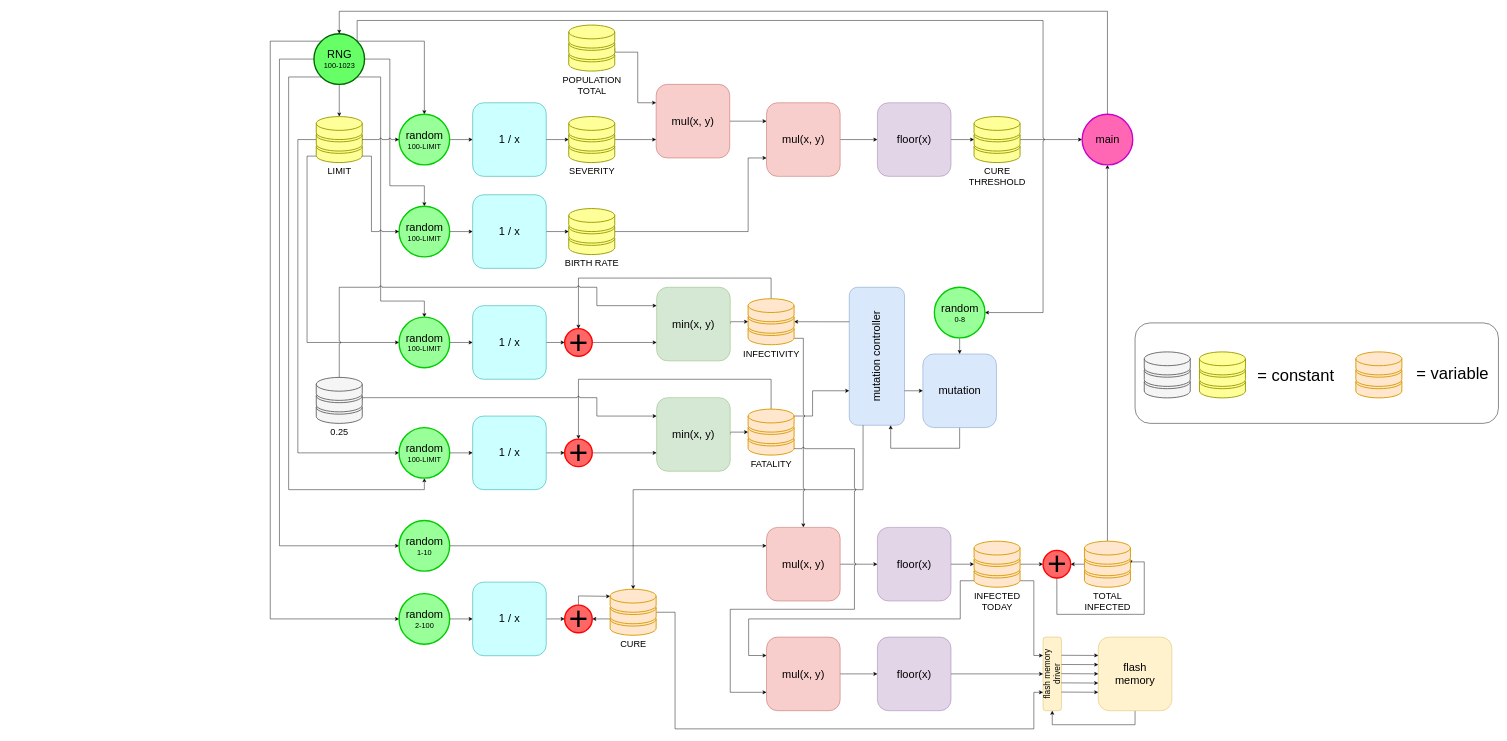
Above: docs/diagrams/data_flow.drawio in ribbas/epidemic-sim (draw.io), before the change. Source tidied: cells renumbered, new cells numbered last; positions are measured from the earlier drawing's top-left corner, leaving out a move shared by most shapes. Both pictures are drawn from the tidied source at 46%, with x=0, y=0 at pixel (270, 11).
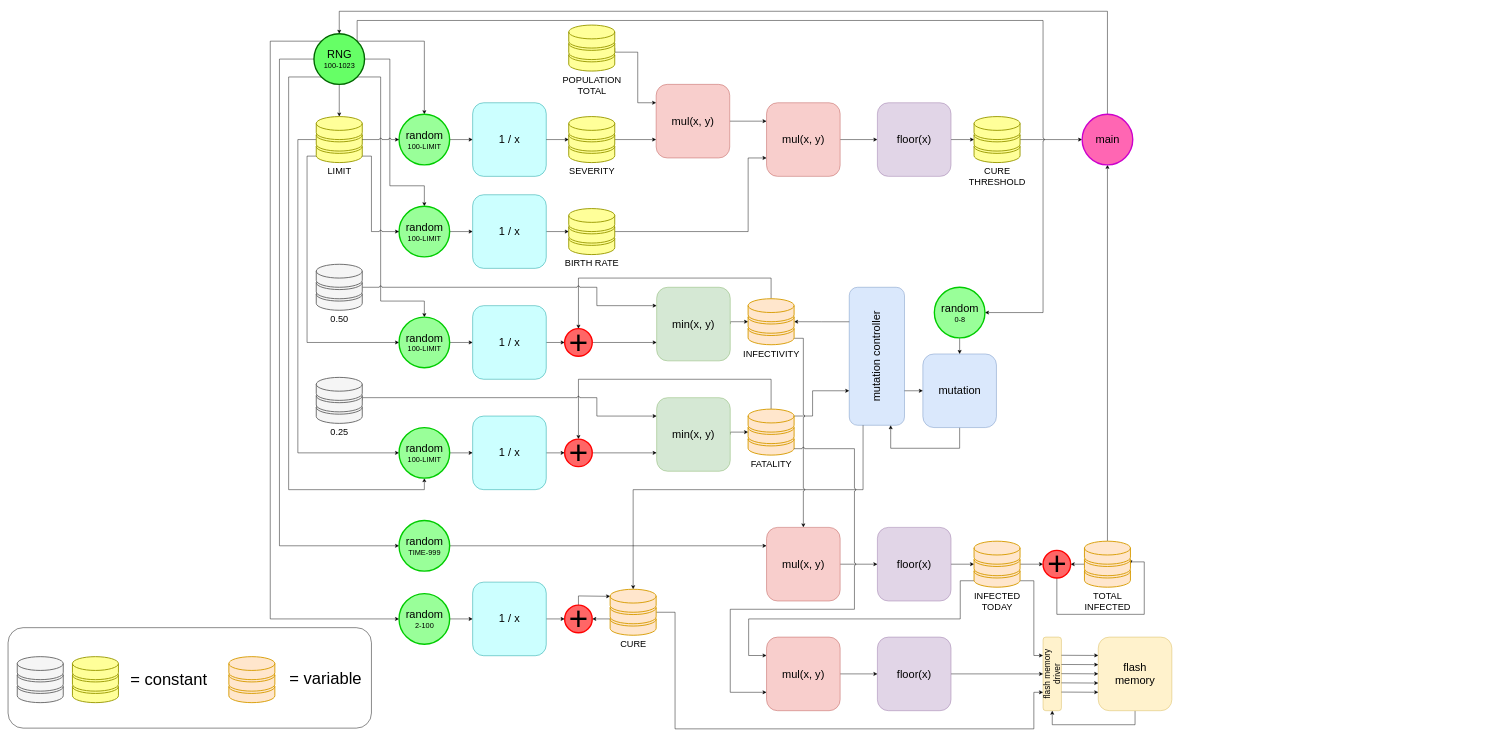
After the change.

Commit message (it also covers changes not shown here):
update module and data flow diagrams

The change refers to these unchanged cells:
```xml
<mxCell id="10" value="&lt;font style=&quot;font-size: 24px&quot;&gt;min(x, y)&lt;/font&gt;" style="rounded=1;whiteSpace=wrap;html=1;fillColor=#d5e8d4;strokeColor=#82b366;" parent="1" vertex="1">
  <mxGeometry x="840" y="600" width="160" height="160" as="geometry" />
</mxCell>
<mxCell id="82" value="&lt;font color=&quot;#000000&quot; style=&quot;font-size: 20px&quot;&gt;0.25&lt;/font&gt;" style="fontColor=#333333;verticalAlign=top;verticalLabelPosition=bottom;labelPosition=center;align=center;html=1;outlineConnect=0;fillColor=#f5f5f5;strokeColor=#666666;gradientDirection=north;strokeWidth=2;shape=mxgraph.networks.storage;shadow=0;" parent="1" vertex="1">
  <mxGeometry x="100" y="795.9" width="100" height="100" as="geometry" />
</mxCell>
```

What changed in the source:
```diff
@@
     <mxCell id="2" style="rounded=1;whiteSpace=wrap;html=1;" parent="1" vertex="1">
-      <mxGeometry x="1880" y="677.5" width="790" height="218.4" as="geometry" />
+      <mxGeometry x="-570" y="1340" width="790" height="218.4" as="geometry" />
     </mxCell>
@@
-    <mxCell id="98" value="&lt;font&gt;&lt;span style=&quot;font-size: 24px&quot;&gt;random&lt;/span&gt;&lt;br&gt;&lt;font size=&quot;3&quot;&gt;1-10&lt;/font&gt;&lt;br&gt;&lt;/font&gt;" style="shape=ellipse;html=1;dashed=0;whitespace=wrap;perimeter=ellipsePerimeter;shadow=0;strokeColor=#00CC00;strokeWidth=3;fillColor=#99FF99;" parent="1" vertex="1">
+    <mxCell id="98" value="&lt;font&gt;&lt;span style=&quot;font-size: 24px&quot;&gt;random&lt;/span&gt;&lt;br&gt;&lt;font size=&quot;3&quot;&gt;TIME-999&lt;/font&gt;&lt;br&gt;&lt;/font&gt;" style="shape=ellipse;html=1;dashed=0;whitespace=wrap;perimeter=ellipsePerimeter;shadow=0;strokeColor=#00CC00;strokeWidth=3;fillColor=#99FF99;" parent="1" vertex="1">
       <mxGeometry x="280" y="1107" width="110" height="110" as="geometry" />
     </mxCell>
@@
-    <mxCell id="110" style="edgeStyle=orthogonalEdgeStyle;rounded=0;jettySize=auto;html=1;exitX=0.5;exitY=0;exitDx=0;exitDy=0;exitPerimeter=0;entryX=0;entryY=0.25;entryDx=0;entryDy=0;jumpStyle=arc;" parent="1" edge="1" source="82" target="10">
+    <mxCell id="110" style="edgeStyle=orthogonalEdgeStyle;rounded=0;jettySize=auto;html=1;exitX=1;exitY=0.5;exitDx=0;exitDy=0;exitPerimeter=0;entryX=0;entryY=0.25;entryDx=0;entryDy=0;jumpStyle=arc;" parent="1" edge="1" source="116" target="10">
       <mxGeometry relative="1" as="geometry">
         <Array as="points">
-          <mxPoint x="150" y="600" />
+          <mxPoint x="200" y="600" />
           <mxPoint x="710" y="600" />
           <mxPoint x="710" y="640" />
         </Array>
       </mxGeometry>
     </mxCell>
     <mxCell id="111" style="fontColor=#333333;verticalAlign=top;verticalLabelPosition=bottom;labelPosition=center;align=center;html=1;fillColor=#f5f5f5;strokeColor=#666666;gradientDirection=north;strokeWidth=2;shape=mxgraph.networks.storage;shadow=0;" parent="1" vertex="1">
-      <mxGeometry x="1900" y="740.5" width="100" height="100" as="geometry" />
+      <mxGeometry x="-550" y="1403" width="100" height="100" as="geometry" />
     </mxCell>
     <mxCell id="112" value="&lt;font color=&quot;#000000&quot;&gt;&lt;span style=&quot;font-size: 20px&quot;&gt;&lt;br&gt;&lt;/span&gt;&lt;/font&gt;" style="verticalAlign=top;verticalLabelPosition=bottom;labelPosition=center;align=center;html=1;fillColor=#FFFF99;strokeColor=#999900;gradientDirection=north;strokeWidth=2;shape=mxgraph.networks.storage;shadow=0;" parent="1" vertex="1">
-      <mxGeometry x="2020" y="740.5" width="100" height="100" as="geometry" />
+      <mxGeometry x="-430" y="1403" width="100" height="100" as="geometry" />
     </mxCell>
     <mxCell id="113" value="&lt;font color=&quot;#000000&quot;&gt;&lt;span style=&quot;font-size: 20px&quot;&gt;&lt;br&gt;&lt;/span&gt;&lt;/font&gt;" style="verticalAlign=top;verticalLabelPosition=bottom;labelPosition=center;align=center;html=1;fillColor=#ffe6cc;strokeColor=#d79b00;gradientDirection=north;strokeWidth=2;shape=mxgraph.networks.storage;shadow=0;" parent="1" vertex="1">
-      <mxGeometry x="2360" y="740.5" width="100" height="100" as="geometry" />
+      <mxGeometry x="-90" y="1403" width="100" height="100" as="geometry" />
     </mxCell>
     <mxCell id="114" value="&lt;font style=&quot;font-size: 36px&quot;&gt;= constant&lt;/font&gt;" style="text;html=1;align=center;verticalAlign=middle;" parent="1" vertex="1">
-      <mxGeometry x="2139" y="775.5" width="180" height="30" as="geometry" />
+      <mxGeometry x="-311" y="1438" width="180" height="30" as="geometry" />
     </mxCell>
     <mxCell id="115" value="&lt;font style=&quot;font-size: 36px&quot;&gt;= variable&lt;/font&gt;" style="text;html=1;align=center;verticalAlign=middle;" parent="1" vertex="1">
-      <mxGeometry x="2485" y="771.7" width="170" height="30" as="geometry" />
+      <mxGeometry x="35" y="1434.2" width="170" height="30" as="geometry" />
     </mxCell>
+    <mxCell id="116" value="&lt;font color=&quot;#000000&quot; style=&quot;font-size: 20px&quot;&gt;0.50&lt;/font&gt;" style="fontColor=#333333;verticalAlign=top;verticalLabelPosition=bottom;labelPosition=center;align=center;html=1;outlineConnect=0;fillColor=#f5f5f5;strokeColor=#666666;gradientDirection=north;strokeWidth=2;shape=mxgraph.networks.storage;shadow=0;" parent="1" vertex="1">
+      <mxGeometry x="100" y="550" width="100" height="100" as="geometry" />
+    </mxCell>
```
